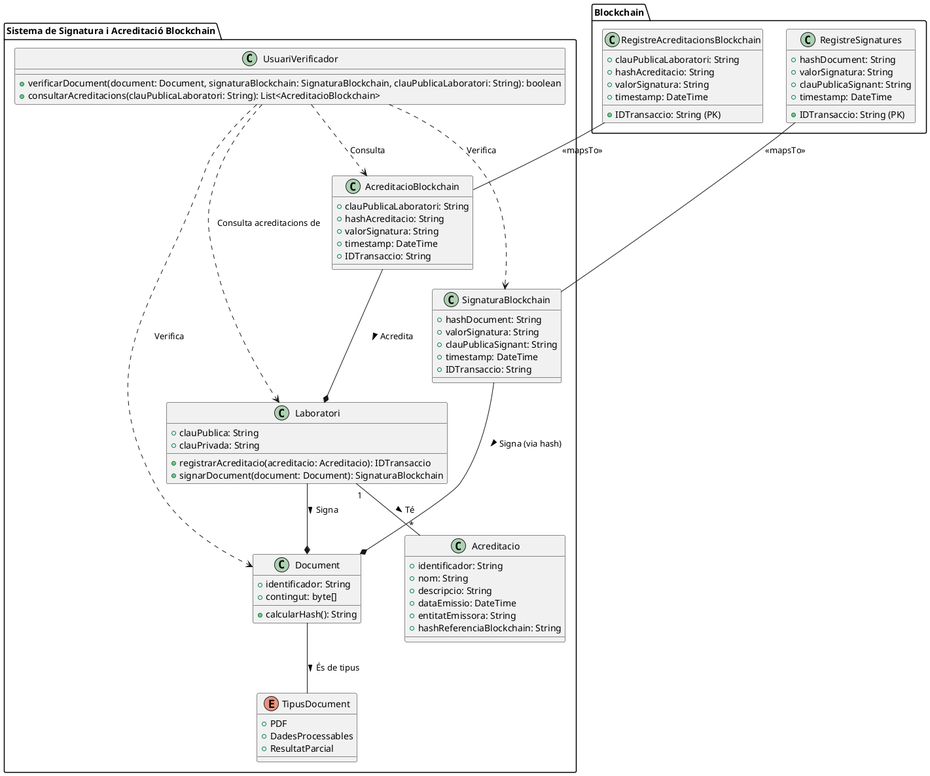
Above: UML/classes.png in alvarcuevas/TFM-MCP (PlantUML), before the change. Its diagram source:
```plantuml
@startuml
package "Sistema de Signatura i Acreditació Blockchain" {
  class Laboratori {
    +clauPublica: String
    +clauPrivada: String
    +registrarAcreditacio(acreditacio: Acreditacio): IDTransaccio
    +signarDocument(document: Document): SignaturaBlockchain
  }

  class UsuariVerificador {
    +verificarDocument(document: Document, signaturaBlockchain: SignaturaBlockchain, clauPublicaLaboratori: String): boolean
    +consultarAcreditacions(clauPublicaLaboratori: String): List<AcreditacioBlockchain>
  }

  class Document {
    +identificador: String
    +contingut: byte[]
    +calcularHash(): String
  }

  class SignaturaBlockchain {
    +hashDocument: String
    +valorSignatura: String
    +clauPublicaSignant: String
    +timestamp: DateTime
    +IDTransaccio: String
  }

  class Acreditacio {
    +identificador: String
    +nom: String
    +descripcio: String
    +dataEmissio: DateTime
    +entitatEmissora: String
    +hashReferenciaBlockchain: String
  }

  class AcreditacioBlockchain {
    +clauPublicaLaboratori: String
    +hashAcreditacio: String
    +valorSignatura: String
    +timestamp: DateTime
    +IDTransaccio: String
  }

  enum TipusDocument {
    +PDF
    +DadesProcessables
    +ResultatParcial
  }

  Laboratori --* Document : Signa >
  Laboratori "1" -- "*" Acreditacio : Té >
  SignaturaBlockchain --* Document : Signa (via hash) >
  AcreditacioBlockchain --* Laboratori : Acredita >

  UsuariVerificador ..> Document : Verifica
  UsuariVerificador ..> SignaturaBlockchain : Verifica
  UsuariVerificador ..> Laboratori : Consulta acreditacions de
  UsuariVerificador ..> AcreditacioBlockchain : Consulta

  Document -- TipusDocument : És de tipus >
}

package "Blockchain" {
  class RegistreSignatures {
    +IDTransaccio: String (PK)
    +hashDocument: String
    +valorSignatura: String
    +clauPublicaSignant: String
    +timestamp: DateTime
  }

  class RegistreAcreditacionsBlockchain {
    +IDTransaccio: String (PK)
    +clauPublicaLaboratori: String
    +hashAcreditacio: String
    +valorSignatura: String
    +timestamp: DateTime
  }

  RegistreSignatures -- SignaturaBlockchain : <<mapsTo>>
  RegistreAcreditacionsBlockchain -- AcreditacioBlockchain : <<mapsTo>>
}
@enduml
```
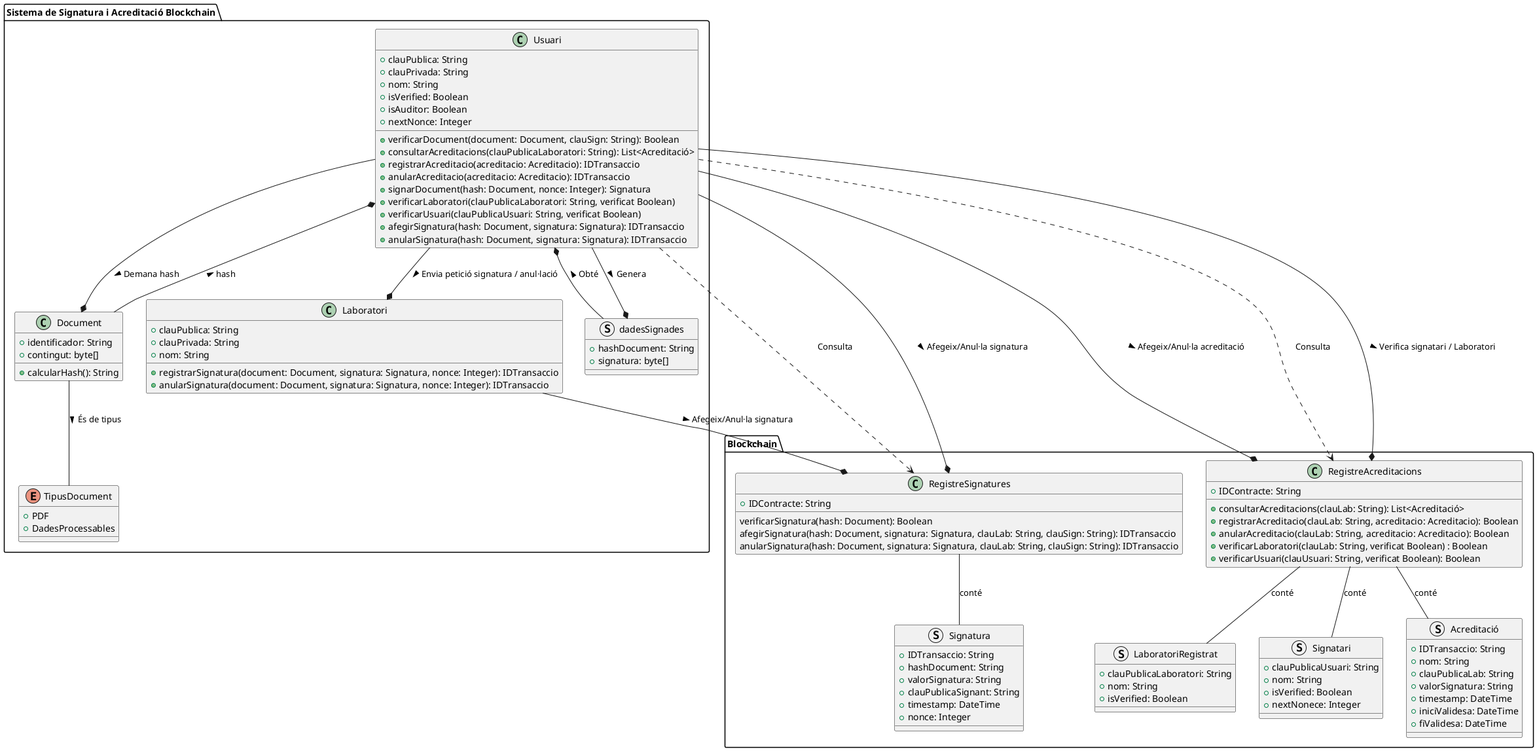
The same file after the commit.

Commit message:
Actualitzada imatge de diagrama de classes.

The edit, as a diff of the source:
```diff
@@ -3,13 +3,27 @@
   class Laboratori {
     +clauPublica: String
     +clauPrivada: String
-    +registrarAcreditacio(acreditacio: Acreditacio): IDTransaccio
-    +signarDocument(document: Document): SignaturaBlockchain
+    +nom: String
+    +registrarSignatura(document: Document, signatura: Signatura, nonce: Integer): IDTransaccio
+    +anularSignatura(document: Document, signatura: Signatura, nonce: Integer): IDTransaccio
   }
 
-  class UsuariVerificador {
-    +verificarDocument(document: Document, signaturaBlockchain: SignaturaBlockchain, clauPublicaLaboratori: String): boolean
-    +consultarAcreditacions(clauPublicaLaboratori: String): List<AcreditacioBlockchain>
+  class Usuari {
+    +clauPublica: String
+    +clauPrivada: String
+    +nom: String
+    +isVerified: Boolean
+    +isAuditor: Boolean
+    +nextNonce: Integer
+    +verificarDocument(document: Document, clauSign: String): Boolean
+    +consultarAcreditacions(clauPublicaLaboratori: String): List<Acreditació>
+    +registrarAcreditacio(acreditacio: Acreditacio): IDTransaccio
+    +anularAcreditacio(acreditacio: Acreditacio): IDTransaccio
+    +signarDocument(hash: Document, nonce: Integer): Signatura
+    +verificarLaboratori(clauPublicaLaboratori: String, verificat Boolean)
+    +verificarUsuari(clauPublicaUsuari: String, verificat Boolean)
+    +afegirSignatura(hash: Document, signatura: Signatura): IDTransaccio
+    +anularSignatura(hash: Document, signatura: Signatura): IDTransaccio
   }
 
   class Document {
@@ -18,68 +32,88 @@
     +calcularHash(): String
   }
 
-  class SignaturaBlockchain {
+  struct dadesSignades {
     +hashDocument: String
-    +valorSignatura: String
-    +clauPublicaSignant: String
-    +timestamp: DateTime
-    +IDTransaccio: String
-  }
-
-  class Acreditacio {
-    +identificador: String
-    +nom: String
-    +descripcio: String
-    +dataEmissio: DateTime
-    +entitatEmissora: String
-    +hashReferenciaBlockchain: String
-  }
-
-  class AcreditacioBlockchain {
-    +clauPublicaLaboratori: String
-    +hashAcreditacio: String
-    +valorSignatura: String
-    +timestamp: DateTime
-    +IDTransaccio: String
+    +signatura: byte[]
   }
 
   enum TipusDocument {
     +PDF
     +DadesProcessables
-    +ResultatParcial
   }
 
-  Laboratori --* Document : Signa >
-  Laboratori "1" -- "*" Acreditacio : Té >
-  SignaturaBlockchain --* Document : Signa (via hash) >
-  AcreditacioBlockchain --* Laboratori : Acredita >
 
-  UsuariVerificador ..> Document : Verifica
-  UsuariVerificador ..> SignaturaBlockchain : Verifica
-  UsuariVerificador ..> Laboratori : Consulta acreditacions de
-  UsuariVerificador ..> AcreditacioBlockchain : Consulta
-
-  Document -- TipusDocument : És de tipus >
 }
 
 package "Blockchain" {
   class RegistreSignatures {
-    +IDTransaccio: String (PK)
+    +IDContracte: String
+    verificarSignatura(hash: Document): Boolean
+    afegirSignatura(hash: Document, signatura: Signatura, clauLab: String, clauSign: String): IDTransaccio
+    anularSignatura(hash: Document, signatura: Signatura, clauLab: String, clauSign: String): IDTransaccio
+
+
+  }
+
+  class RegistreAcreditacions {
+    +IDContracte: String
+    +consultarAcreditacions(clauLab: String): List<Acreditació>
+    +registrarAcreditacio(clauLab: String, acreditacio: Acreditacio): Boolean
+    +anularAcreditacio(clauLab: String, acreditacio: Acreditacio): Boolean
+    +verificarLaboratori(clauLab: String, verificat Boolean) : Boolean
+    +verificarUsuari(clauUsuari: String, verificat Boolean): Boolean
+  }
+
+  struct Signatura {
+    +IDTransaccio: String
     +hashDocument: String
     +valorSignatura: String
     +clauPublicaSignant: String
     +timestamp: DateTime
+    +nonce: Integer
   }
 
-  class RegistreAcreditacionsBlockchain {
-    +IDTransaccio: String (PK)
-    +clauPublicaLaboratori: String
-    +hashAcreditacio: String
+  struct Acreditació {
+    +IDTransaccio: String
+    +nom: String
+    +clauPublicaLab: String
     +valorSignatura: String
     +timestamp: DateTime
+    +iniciValidesa: DateTime
+    +fiValidesa: DateTime
   }
 
-  RegistreSignatures -- SignaturaBlockchain : <<mapsTo>>
-  RegistreAcreditacionsBlockchain -- AcreditacioBlockchain : <<mapsTo>>
+  struct LaboratoriRegistrat {
+    +clauPublicaLaboratori: String
+    +nom: String
+    +isVerified: Boolean
+  }
+
+  struct Signatari {
+    +clauPublicaUsuari: String
+    +nom: String
+    +isVerified: Boolean
+    +nextNonece: Integer
+  }
+
 }
+
+RegistreSignatures -- Signatura : conté
+RegistreAcreditacions -- Acreditació : conté
+RegistreAcreditacions -- LaboratoriRegistrat : conté
+RegistreAcreditacions -- Signatari : conté
+Usuari --* RegistreAcreditacions : Afegeix/Anul·la acreditació >
+Usuari ..> RegistreAcreditacions : Consulta
+Usuari ..> RegistreSignatures : Consulta
+
+Usuari --* RegistreAcreditacions : Verifica signatari / Laboratori >
+Usuari --* Laboratori : Envia petició signatura / anul·lació >
+Laboratori --* RegistreSignatures : Afegeix/Anul·la signatura >
+Usuari --* RegistreSignatures : Afegeix/Anul·la signatura >
+
+Usuari --* Document : Demana hash >
+Usuari --* dadesSignades : Genera >
+dadesSignades --* Usuari : Obté >
+Document --* Usuari : hash >
+Document -- TipusDocument : És de tipus >
 @enduml
```
